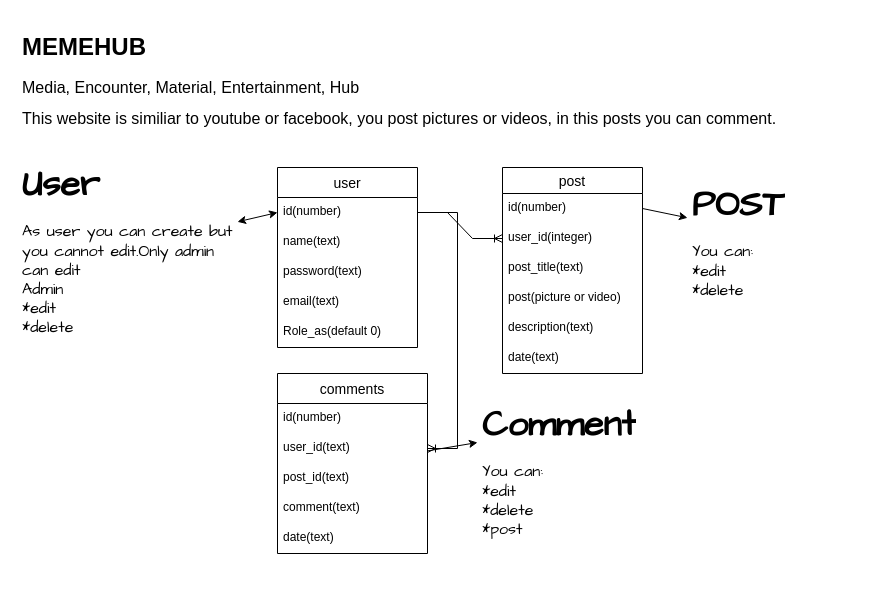
This is public/images/DB-battle-plan-v1.drawio from Kanunay/memehub, a draw.io file, before an edit. Source tidied: cells renumbered, new cells numbered last; positions are measured from the earlier drawing's top-left corner, leaving out a move shared by most shapes. Both pictures are drawn from the tidied source at 100%, with x=0, y=0 at pixel (17, 27).
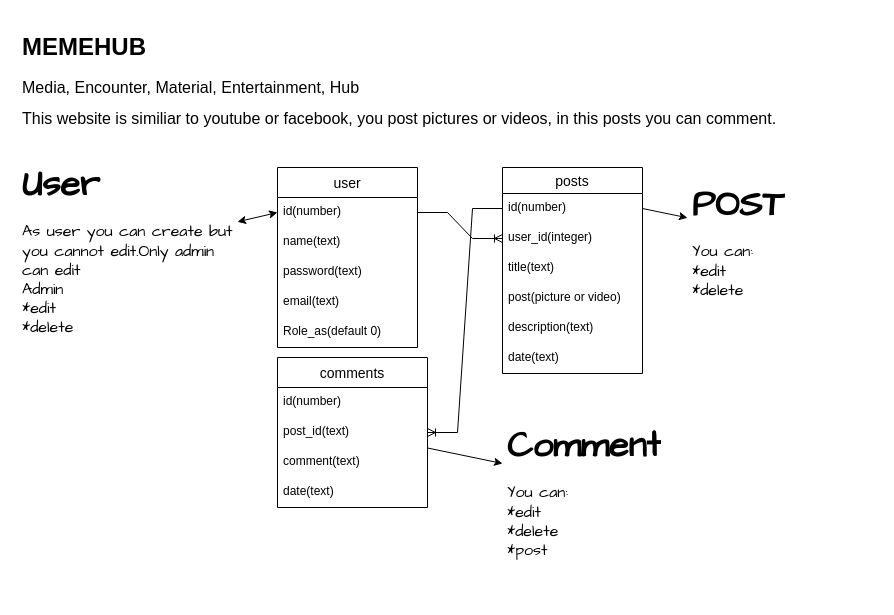
Above is the later version.

Unchanged cells that the change refers to:
```xml
<mxCell id="3" value="id(number)" style="text;strokeColor=none;fillColor=none;spacingLeft=4;spacingRight=4;overflow=hidden;points=[[0,0.5],[1,0.5]];portConstraint=eastwest;fontSize=12;" parent="2" vertex="1">
  <mxGeometry y="26" width="140" height="30" as="geometry" />
</mxCell>
<mxCell id="10" value="id(number)" style="text;strokeColor=none;fillColor=none;spacingLeft=4;spacingRight=4;overflow=hidden;points=[[0,0.5],[1,0.5]];portConstraint=eastwest;fontSize=12;" parent="9" vertex="1">
  <mxGeometry y="30" width="140" height="30" as="geometry" />
</mxCell>
```

Diff of the diagram source:
```diff
@@
-    <mxCell id="2" value="post" style="swimlane;fontStyle=0;horizontal=1;startSize=26;align=center;fontSize=14;" parent="1" vertex="1">
+    <mxCell id="2" value="posts" style="swimlane;fontStyle=0;horizontal=1;startSize=26;align=center;fontSize=14;" parent="1" vertex="1">
       <mxGeometry x="485" y="140" width="140" height="206" as="geometry" />
     </mxCell>
@@
-    <mxCell id="5" value="post_title(text)" style="text;strokeColor=none;fillColor=none;spacingLeft=4;spacingRight=4;overflow=hidden;fontSize=12;" parent="2" vertex="1">
+    <mxCell id="5" value="title(text)" style="text;strokeColor=none;fillColor=none;spacingLeft=4;spacingRight=4;overflow=hidden;fontSize=12;" parent="2" vertex="1">
       <mxGeometry y="86" width="140" height="30" as="geometry" />
     </mxCell>
@@
     <mxCell id="15" value="comments" style="swimlane;fontStyle=0;horizontal=1;startSize=30;align=center;fontSize=14;" parent="1" vertex="1">
-      <mxGeometry x="260" y="346" width="150" height="180" as="geometry" />
+      <mxGeometry x="260" y="330" width="150" height="150" as="geometry" />
     </mxCell>
@@
-    <mxCell id="17" value="user_id(text)" style="text;strokeColor=none;fillColor=none;spacingLeft=4;spacingRight=4;overflow=hidden;points=[[0,0.5],[1,0.5]];portConstraint=eastwest;fontSize=12;" parent="15" vertex="1">
-      <mxGeometry y="60" width="150" height="30" as="geometry" />
-    </mxCell>
     <mxCell id="18" value="post_id(text)" style="text;strokeColor=none;fillColor=none;spacingLeft=4;spacingRight=4;overflow=hidden;points=[[0,0.5],[1,0.5]];portConstraint=eastwest;fontSize=12;" parent="15" vertex="1">
-      <mxGeometry y="90" width="150" height="30" as="geometry" />
+      <mxGeometry y="60" width="150" height="30" as="geometry" />
     </mxCell>
     <mxCell id="19" value="comment(text)" style="text;strokeColor=none;fillColor=none;spacingLeft=4;spacingRight=4;overflow=hidden;fontSize=12;" parent="15" vertex="1">
-      <mxGeometry y="120" width="150" height="30" as="geometry" />
+      <mxGeometry y="90" width="150" height="30" as="geometry" />
     </mxCell>
     <mxCell id="20" value="date(text)" style="text;strokeColor=none;fillColor=none;spacingLeft=4;spacingRight=4;overflow=hidden;fontSize=12;" parent="15" vertex="1">
-      <mxGeometry y="150" width="150" height="30" as="geometry" />
+      <mxGeometry y="120" width="150" height="30" as="geometry" />
     </mxCell>
-    <mxCell id="21" style="edgeStyle=entityRelationEdgeStyle;fontSize=12;html=1;endArrow=ERoneToMany;rounded=0;exitX=1;exitY=0.5;exitDx=0;exitDy=0;" parent="1" edge="1" source="10" target="17">
-      <mxGeometry relative="1" as="geometry" />
-    </mxCell>
@@
     <mxCell id="25" value="&lt;h1&gt;&lt;span style=&quot;font-size: 36px;&quot;&gt;Comment&lt;/span&gt;&lt;/h1&gt;&lt;p&gt;&lt;font size=&quot;3&quot;&gt;You can:&lt;br&gt;*edit&lt;br&gt;*delete&lt;br&gt;&lt;span style=&quot;background-color: initial;&quot;&gt;*post&lt;/span&gt;&lt;/font&gt;&lt;/p&gt;" style="text;html=1;strokeColor=none;fillColor=none;spacing=5;spacingTop=-20;whiteSpace=wrap;overflow=hidden;rounded=0;fontFamily=Comic Sans MS;" parent="1" vertex="1">
-      <mxGeometry x="460" y="370" width="190" height="180" as="geometry" />
+      <mxGeometry x="485" y="391" width="190" height="180" as="geometry" />
     </mxCell>
@@
+    <mxCell id="30" style="edgeStyle=entityRelationEdgeStyle;fontSize=12;html=1;endArrow=ERoneToMany;rounded=0;" parent="1" edge="1" source="3" target="18">
+      <mxGeometry relative="1" as="geometry" />
+    </mxCell>
```
